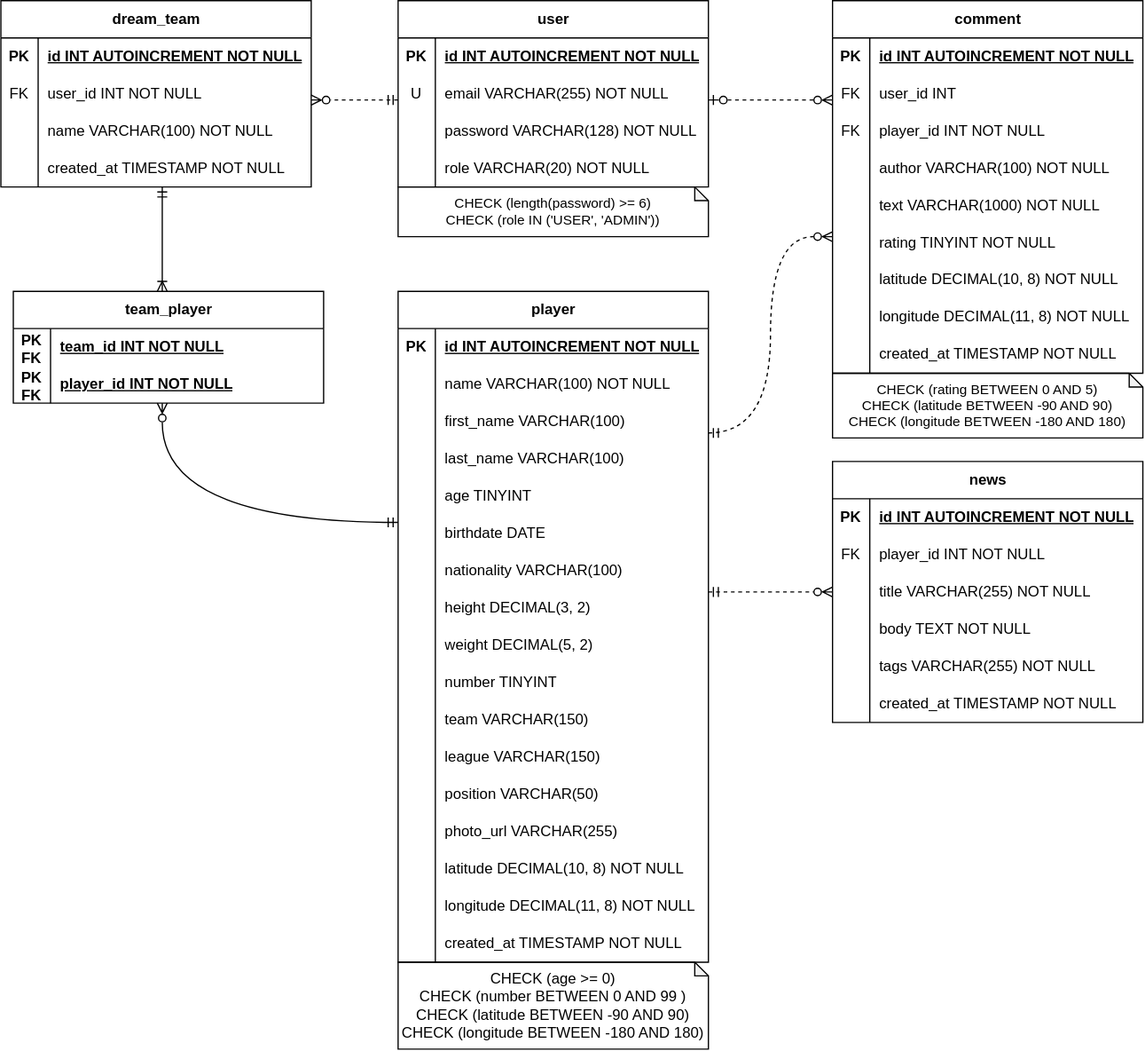
This is docs/diagrams/ERD.drawio.svg from pgr866/msc-soccer-project, a draw.io export, as it was before one commit. Source tidied: cells renumbered, new cells last; positions are measured from the earlier drawing's top-left corner, leaving out a move shared by most shapes.
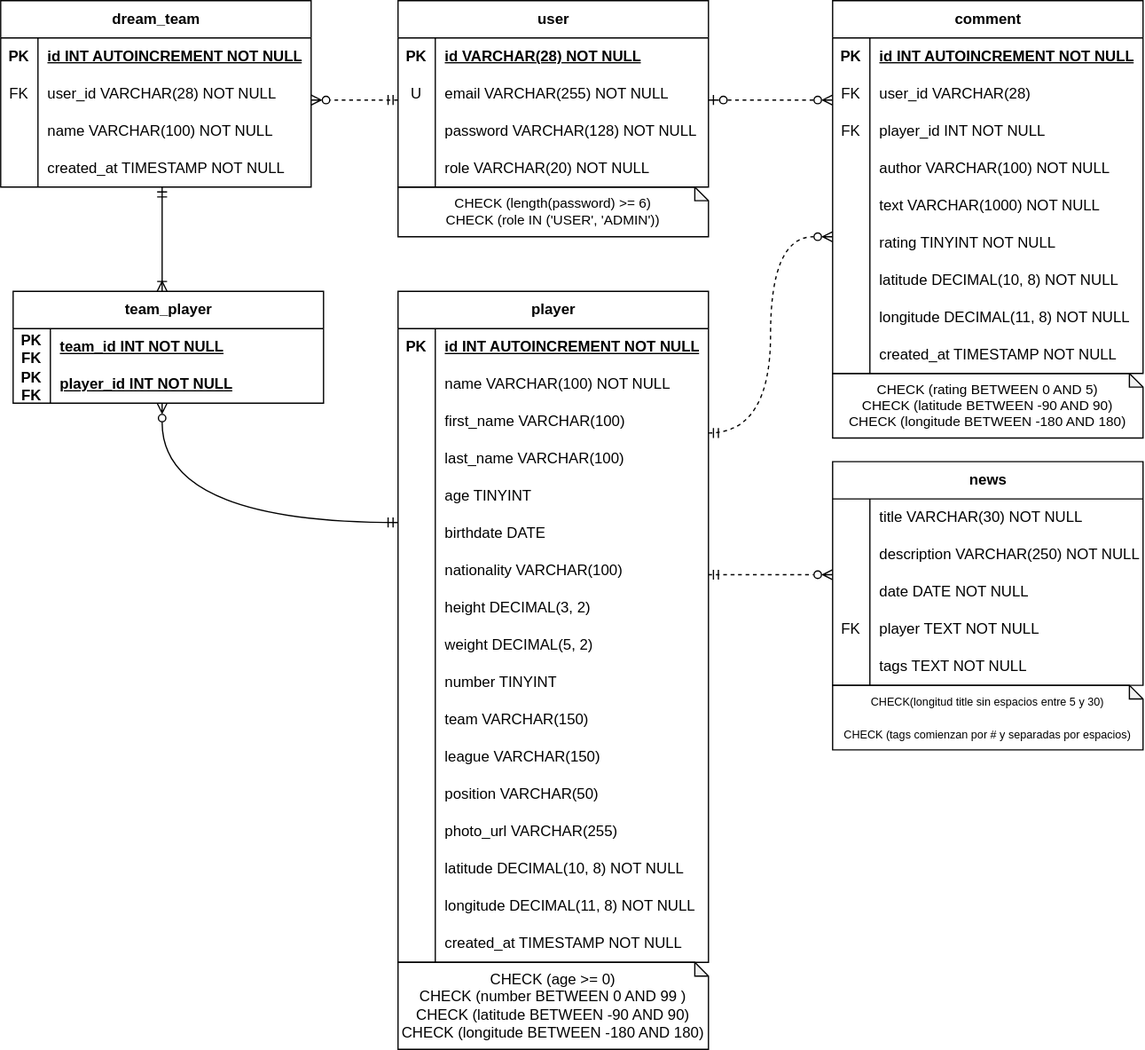
The same diagram one commit later.

Diff of the diagram source:
```diff
@@ -27,7 +27,7 @@
     <mxCell id="6" value="&lt;b&gt;&lt;font style=&quot;&quot;&gt;PK&lt;/font&gt;&lt;/b&gt;" style="shape=partialRectangle;fillColor=none;top=0;left=0;bottom=0;right=0;overflow=hidden;whiteSpace=wrap;html=1;labelBackgroundColor=none;fontColor=default;" parent="5" vertex="1">
       <mxGeometry width="30" height="30" as="geometry" />
     </mxCell>
-    <mxCell id="7" value="&lt;b&gt;&lt;u&gt;&lt;font style=&quot;&quot;&gt;id INT AUTOINCREMENT NOT NULL&lt;/font&gt;&lt;/u&gt;&lt;/b&gt;" style="shape=partialRectangle;fillColor=none;top=0;left=0;bottom=0;right=0;align=left;spacingLeft=6;overflow=hidden;whiteSpace=wrap;html=1;fontColor=default;labelBackgroundColor=none;" parent="5" vertex="1">
+    <mxCell id="7" value="&lt;b&gt;&lt;u&gt;&lt;font style=&quot;&quot;&gt;id VARCHAR(28) NOT NULL&lt;/font&gt;&lt;/u&gt;&lt;/b&gt;" style="shape=partialRectangle;fillColor=none;top=0;left=0;bottom=0;right=0;align=left;spacingLeft=6;overflow=hidden;whiteSpace=wrap;html=1;fontColor=default;labelBackgroundColor=none;" parent="5" vertex="1">
       <mxGeometry x="30" width="220" height="30" as="geometry" />
     </mxCell>
     <mxCell id="8" style="shape=tableRow;horizontal=0;startSize=0;swimlaneHead=0;swimlaneBody=0;fillColor=none;top=0;left=0;right=0;bottom=0;labelBackgroundColor=none;fontColor=default;" parent="4" vertex="1">
@@ -58,62 +58,53 @@
       <mxGeometry x="30" width="220" height="30" as="geometry" />
     </mxCell>
     <mxCell id="17" value="&lt;font style=&quot;&quot;&gt;news&lt;/font&gt;" style="shape=table;startSize=30;rowLines=0;fontStyle=1;align=center;html=1;fontColor=default;labelBackgroundColor=none;fillColor=none;" parent="1" vertex="1">
-      <mxGeometry x="670" y="371" width="250" height="210" as="geometry" />
+      <mxGeometry x="670" y="371" width="250" height="180" as="geometry" />
     </mxCell>
-    <mxCell id="18" style="shape=tableRow;horizontal=0;startSize=0;swimlaneHead=0;swimlaneBody=0;fillColor=none;top=0;left=0;right=0;bottom=0;labelBackgroundColor=none;fontColor=default;" parent="17" vertex="1">
-      <mxGeometry y="30" width="250" height="30" as="geometry" />
-    </mxCell>
-    <mxCell id="19" value="&lt;b&gt;&lt;font style=&quot;&quot;&gt;PK&lt;/font&gt;&lt;/b&gt;" style="shape=partialRectangle;fillColor=none;top=0;left=0;bottom=0;right=0;overflow=hidden;whiteSpace=wrap;html=1;labelBackgroundColor=none;fontColor=default;" parent="18" vertex="1">
-      <mxGeometry width="30" height="30" as="geometry" />
-    </mxCell>
-    <mxCell id="20" value="&lt;b&gt;&lt;u&gt;&lt;font style=&quot;&quot;&gt;id INT AUTOINCREMENT NOT NULL&lt;/font&gt;&lt;/u&gt;&lt;/b&gt;" style="shape=partialRectangle;fillColor=none;top=0;left=0;bottom=0;right=0;align=left;spacingLeft=6;overflow=hidden;whiteSpace=wrap;html=1;fontColor=default;labelBackgroundColor=none;" parent="18" vertex="1">
-      <mxGeometry x="30" width="220" height="30" as="geometry" />
-    </mxCell>
-    <mxCell id="21" style="shape=tableRow;horizontal=0;startSize=0;swimlaneHead=0;swimlaneBody=0;fillColor=none;top=0;left=0;right=0;bottom=0;labelBackgroundColor=none;fontColor=default;" parent="17" vertex="1">
-      <mxGeometry y="60" width="250" height="30" as="geometry" />
-    </mxCell>
-    <mxCell id="22" value="FK" style="shape=partialRectangle;fillColor=none;top=0;left=0;bottom=0;right=0;overflow=hidden;whiteSpace=wrap;html=1;labelBackgroundColor=none;fontColor=default;" parent="21" vertex="1">
-      <mxGeometry width="30" height="30" as="geometry" />
-    </mxCell>
-    <mxCell id="23" value="player_id INT NOT NULL" style="shape=partialRectangle;fillColor=none;top=0;left=0;bottom=0;right=0;align=left;spacingLeft=6;overflow=hidden;whiteSpace=wrap;html=1;labelBackgroundColor=none;fontColor=default;" parent="21" vertex="1">
-      <mxGeometry x="30" width="220" height="30" as="geometry" />
-    </mxCell>
     <mxCell id="24" style="shape=tableRow;horizontal=0;startSize=0;swimlaneHead=0;swimlaneBody=0;fillColor=none;top=0;left=0;right=0;bottom=0;labelBackgroundColor=none;fontColor=default;" parent="17" vertex="1">
-      <mxGeometry y="90" width="250" height="30" as="geometry" />
+      <mxGeometry y="30" width="250" height="30" as="geometry" />
     </mxCell>
     <mxCell id="25" style="shape=partialRectangle;fillColor=none;top=0;left=0;bottom=0;right=0;overflow=hidden;whiteSpace=wrap;html=1;labelBackgroundColor=none;fontColor=default;" parent="24" vertex="1">
       <mxGeometry width="30" height="30" as="geometry" />
     </mxCell>
-    <mxCell id="26" value="title VARCHAR(255) NOT NULL" style="shape=partialRectangle;fillColor=none;top=0;left=0;bottom=0;right=0;align=left;spacingLeft=6;overflow=hidden;whiteSpace=wrap;html=1;labelBackgroundColor=none;fontColor=default;" parent="24" vertex="1">
+    <mxCell id="26" value="title VARCHAR(30) NOT NULL" style="shape=partialRectangle;fillColor=none;top=0;left=0;bottom=0;right=0;align=left;spacingLeft=6;overflow=hidden;whiteSpace=wrap;html=1;labelBackgroundColor=none;fontColor=default;" parent="24" vertex="1">
       <mxGeometry x="30" width="220" height="30" as="geometry" />
     </mxCell>
     <mxCell id="27" style="shape=tableRow;horizontal=0;startSize=0;swimlaneHead=0;swimlaneBody=0;fillColor=none;top=0;left=0;right=0;bottom=0;labelBackgroundColor=none;fontColor=default;" parent="17" vertex="1">
-      <mxGeometry y="120" width="250" height="30" as="geometry" />
+      <mxGeometry y="60" width="250" height="30" as="geometry" />
     </mxCell>
     <mxCell id="28" style="shape=partialRectangle;fillColor=none;top=0;left=0;bottom=0;right=0;overflow=hidden;whiteSpace=wrap;html=1;labelBackgroundColor=none;fontColor=default;" parent="27" vertex="1">
       <mxGeometry width="30" height="30" as="geometry" />
     </mxCell>
-    <mxCell id="29" value="body TEXT NOT NULL" style="shape=partialRectangle;fillColor=none;top=0;left=0;bottom=0;right=0;align=left;spacingLeft=6;overflow=hidden;whiteSpace=wrap;html=1;labelBackgroundColor=none;fontColor=default;" parent="27" vertex="1">
+    <mxCell id="29" value="description VARCHAR(250) NOT NULL" style="shape=partialRectangle;fillColor=none;top=0;left=0;bottom=0;right=0;align=left;spacingLeft=6;overflow=hidden;whiteSpace=wrap;html=1;labelBackgroundColor=none;fontColor=default;" parent="27" vertex="1">
       <mxGeometry x="30" width="220" height="30" as="geometry" />
     </mxCell>
+    <mxCell id="33" style="shape=tableRow;horizontal=0;startSize=0;swimlaneHead=0;swimlaneBody=0;fillColor=none;top=0;left=0;right=0;bottom=0;labelBackgroundColor=none;fontColor=default;" parent="17" vertex="1">
+      <mxGeometry y="90" width="250" height="30" as="geometry" />
+    </mxCell>
+    <mxCell id="34" style="shape=partialRectangle;fillColor=none;top=0;left=0;bottom=0;right=0;overflow=hidden;whiteSpace=wrap;html=1;labelBackgroundColor=none;fontColor=default;" parent="33" vertex="1">
+      <mxGeometry width="30" height="30" as="geometry" />
+    </mxCell>
+    <mxCell id="35" value="date DATE NOT NULL" style="shape=partialRectangle;fillColor=none;top=0;left=0;bottom=0;right=0;align=left;spacingLeft=6;overflow=hidden;whiteSpace=wrap;html=1;labelBackgroundColor=none;fontColor=default;" parent="33" vertex="1">
+      <mxGeometry x="30" width="220" height="30" as="geometry" />
+    </mxCell>
+    <mxCell id="21" style="shape=tableRow;horizontal=0;startSize=0;swimlaneHead=0;swimlaneBody=0;fillColor=none;top=0;left=0;right=0;bottom=0;labelBackgroundColor=none;fontColor=default;" parent="17" vertex="1">
+      <mxGeometry y="120" width="250" height="30" as="geometry" />
+    </mxCell>
+    <mxCell id="22" value="FK" style="shape=partialRectangle;fillColor=none;top=0;left=0;bottom=0;right=0;overflow=hidden;whiteSpace=wrap;html=1;labelBackgroundColor=none;fontColor=default;" parent="21" vertex="1">
+      <mxGeometry width="30" height="30" as="geometry" />
+    </mxCell>
+    <mxCell id="23" value="player TEXT NOT NULL" style="shape=partialRectangle;fillColor=none;top=0;left=0;bottom=0;right=0;align=left;spacingLeft=6;overflow=hidden;whiteSpace=wrap;html=1;labelBackgroundColor=none;fontColor=default;" parent="21" vertex="1">
+      <mxGeometry x="30" width="220" height="30" as="geometry" />
+    </mxCell>
     <mxCell id="30" style="shape=tableRow;horizontal=0;startSize=0;swimlaneHead=0;swimlaneBody=0;fillColor=none;top=0;left=0;right=0;bottom=0;labelBackgroundColor=none;fontColor=default;" parent="17" vertex="1">
       <mxGeometry y="150" width="250" height="30" as="geometry" />
     </mxCell>
     <mxCell id="31" style="shape=partialRectangle;fillColor=none;top=0;left=0;bottom=0;right=0;overflow=hidden;whiteSpace=wrap;html=1;labelBackgroundColor=none;fontColor=default;" parent="30" vertex="1">
       <mxGeometry width="30" height="30" as="geometry" />
     </mxCell>
-    <mxCell id="32" value="tags VARCHAR(255) NOT NULL" style="shape=partialRectangle;fillColor=none;top=0;left=0;bottom=0;right=0;align=left;spacingLeft=6;overflow=hidden;whiteSpace=wrap;html=1;labelBackgroundColor=none;fontColor=default;" parent="30" vertex="1">
+    <mxCell id="32" value="tags TEXT NOT NULL" style="shape=partialRectangle;fillColor=none;top=0;left=0;bottom=0;right=0;align=left;spacingLeft=6;overflow=hidden;whiteSpace=wrap;html=1;labelBackgroundColor=none;fontColor=default;" parent="30" vertex="1">
       <mxGeometry x="30" width="220" height="30" as="geometry" />
     </mxCell>
-    <mxCell id="33" style="shape=tableRow;horizontal=0;startSize=0;swimlaneHead=0;swimlaneBody=0;fillColor=none;top=0;left=0;right=0;bottom=0;labelBackgroundColor=none;fontColor=default;" parent="17" vertex="1">
-      <mxGeometry y="180" width="250" height="30" as="geometry" />
-    </mxCell>
-    <mxCell id="34" style="shape=partialRectangle;fillColor=none;top=0;left=0;bottom=0;right=0;overflow=hidden;whiteSpace=wrap;html=1;labelBackgroundColor=none;fontColor=default;" parent="33" vertex="1">
-      <mxGeometry width="30" height="30" as="geometry" />
-    </mxCell>
-    <mxCell id="35" value="created_at TIMESTAMP NOT NULL" style="shape=partialRectangle;fillColor=none;top=0;left=0;bottom=0;right=0;align=left;spacingLeft=6;overflow=hidden;whiteSpace=wrap;html=1;labelBackgroundColor=none;fontColor=default;" parent="33" vertex="1">
-      <mxGeometry x="30" width="220" height="30" as="geometry" />
-    </mxCell>
     <mxCell id="36" value="&lt;font style=&quot;&quot;&gt;player&lt;/font&gt;" style="shape=table;startSize=30;rowLines=0;fontStyle=1;align=center;html=1;fontColor=default;labelBackgroundColor=none;fillColor=none;" parent="1" vertex="1">
       <mxGeometry x="320" y="234" width="250" height="540" as="geometry" />
     </mxCell>
@@ -288,7 +279,7 @@
     <mxCell id="93" value="FK" style="shape=partialRectangle;fillColor=none;top=0;left=0;bottom=0;right=0;overflow=hidden;whiteSpace=wrap;html=1;labelBackgroundColor=none;fontColor=default;" parent="92" vertex="1">
       <mxGeometry width="30" height="30" as="geometry" />
     </mxCell>
-    <mxCell id="94" value="user_id INT NOT NULL" style="shape=partialRectangle;fillColor=none;top=0;left=0;bottom=0;right=0;align=left;spacingLeft=6;overflow=hidden;whiteSpace=wrap;html=1;labelBackgroundColor=none;fontColor=default;" parent="92" vertex="1">
+    <mxCell id="94" value="user_id VARCHAR(28) NOT NULL" style="shape=partialRectangle;fillColor=none;top=0;left=0;bottom=0;right=0;align=left;spacingLeft=6;overflow=hidden;whiteSpace=wrap;html=1;labelBackgroundColor=none;fontColor=default;" parent="92" vertex="1">
       <mxGeometry x="30" width="220" height="30" as="geometry" />
     </mxCell>
     <mxCell id="95" style="shape=tableRow;horizontal=0;startSize=0;swimlaneHead=0;swimlaneBody=0;fillColor=none;top=0;left=0;right=0;bottom=0;labelBackgroundColor=none;fontColor=default;" parent="88" vertex="1">
@@ -348,7 +339,7 @@
     <mxCell id="113" value="FK" style="shape=partialRectangle;fillColor=none;top=0;left=0;bottom=0;right=0;overflow=hidden;whiteSpace=wrap;html=1;labelBackgroundColor=none;fontColor=default;" parent="112" vertex="1">
       <mxGeometry width="30" height="30" as="geometry" />
     </mxCell>
-    <mxCell id="114" value="user_id INT" style="shape=partialRectangle;fillColor=none;top=0;left=0;bottom=0;right=0;align=left;spacingLeft=6;overflow=hidden;whiteSpace=wrap;html=1;fontColor=default;labelBackgroundColor=none;" parent="112" vertex="1">
+    <mxCell id="114" value="user_id VARCHAR(28)" style="shape=partialRectangle;fillColor=none;top=0;left=0;bottom=0;right=0;align=left;spacingLeft=6;overflow=hidden;whiteSpace=wrap;html=1;fontColor=default;labelBackgroundColor=none;" parent="112" vertex="1">
       <mxGeometry x="30" width="220" height="30" as="geometry" />
     </mxCell>
     <mxCell id="115" style="shape=tableRow;horizontal=0;startSize=0;swimlaneHead=0;swimlaneBody=0;fillColor=none;top=0;left=0;right=0;bottom=0;labelBackgroundColor=none;fontColor=default;" parent="108" vertex="1">
@@ -443,16 +434,19 @@
         </Array>
       </mxGeometry>
     </mxCell>
+    <mxCell id="142" value="&lt;div&gt;&lt;font style=&quot;line-height: 100%;&quot;&gt;CHECK (length(password) &amp;gt;= 6)&lt;/font&gt;&lt;/div&gt;&lt;font&gt;CHECK (role IN ('USER', 'ADMIN'))&lt;/font&gt;" style="shape=note;whiteSpace=wrap;html=1;backgroundOutline=1;darkOpacity=0.05;size=11;fillColor=none;fontSize=11;labelBackgroundColor=none;fontColor=default;" parent="1" vertex="1">
+      <mxGeometry x="320" y="150" width="250" height="40" as="geometry" />
+    </mxCell>
     <mxCell id="141" style="edgeStyle=orthogonalEdgeStyle;html=1;curved=1;endArrow=ERzeroToMany;endFill=0;dashed=1;startArrow=ERmandOne;startFill=0;labelBackgroundColor=none;fontColor=default;" parent="1" edge="1" source="36" target="17">
       <mxGeometry relative="1" as="geometry">
         <Array as="points">
-          <mxPoint x="620" y="476" />
-          <mxPoint x="620" y="476" />
+          <mxPoint x="590" y="462" />
+          <mxPoint x="590" y="462" />
         </Array>
       </mxGeometry>
     </mxCell>
-    <mxCell id="142" value="&lt;div&gt;&lt;font style=&quot;line-height: 100%;&quot;&gt;CHECK (length(password) &amp;gt;= 6)&lt;/font&gt;&lt;/div&gt;&lt;font&gt;CHECK (role IN ('USER', 'ADMIN'))&lt;/font&gt;" style="shape=note;whiteSpace=wrap;html=1;backgroundOutline=1;darkOpacity=0.05;size=11;fillColor=none;fontSize=11;labelBackgroundColor=none;fontColor=default;" parent="1" vertex="1">
-      <mxGeometry x="320" y="150" width="250" height="40" as="geometry" />
-    </mxCell>
+    <mxCell id="143" value="&lt;font style=&quot;font-size: 9px;&quot;&gt;CHECK(longitud title sin espacios entre 5 y 30)&lt;/font&gt;&lt;div&gt;&lt;span style=&quot;color: rgb(255, 255, 255);&quot;&gt;&lt;font style=&quot;font-size: 9px;&quot;&gt;CHECK(longitud description sin espacios entre 20 y 250)&lt;/font&gt;&lt;/span&gt;&lt;font color=&quot;#ffffff&quot;&gt;&lt;br&gt;&lt;/font&gt;&lt;div&gt;&lt;font style=&quot;font-size: 9px;&quot;&gt;CHECK (tags comienzan por # y separadas por espacios)&lt;/font&gt;&lt;/div&gt;&lt;/div&gt;" style="shape=note;whiteSpace=wrap;html=1;backgroundOutline=1;darkOpacity=0.05;size=11;fillColor=none;fontSize=11;labelBackgroundColor=none;fontColor=default;" parent="1" vertex="1">
+      <mxGeometry x="670" y="551" width="250" height="52" as="geometry" />
+    </mxCell>
   </root>
 </mxGraphModel>
```
